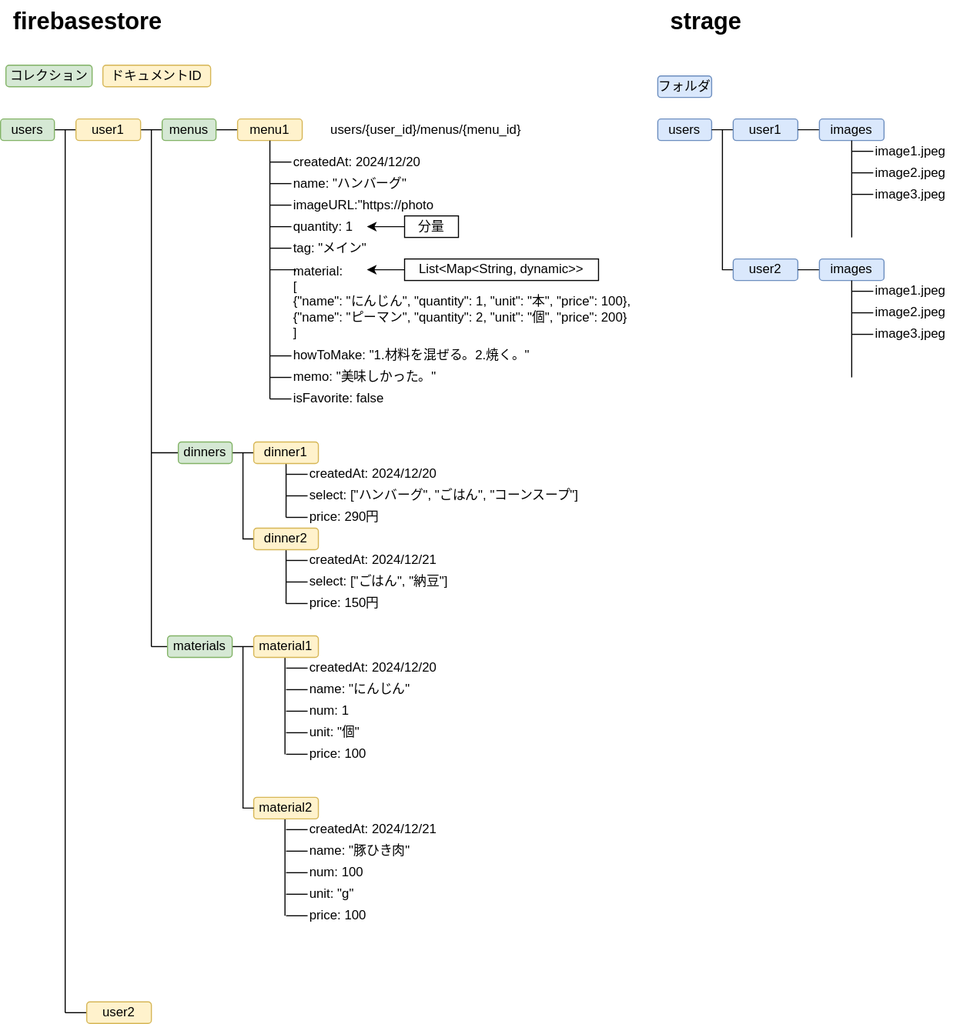
maki1125/menu keeps this draw.io diagram as DB.drawio.svg. Above is the earlier version. Source tidied: cells renumbered, new cells last; positions are measured from the earlier drawing's top-left corner, leaving out a move shared by most shapes.
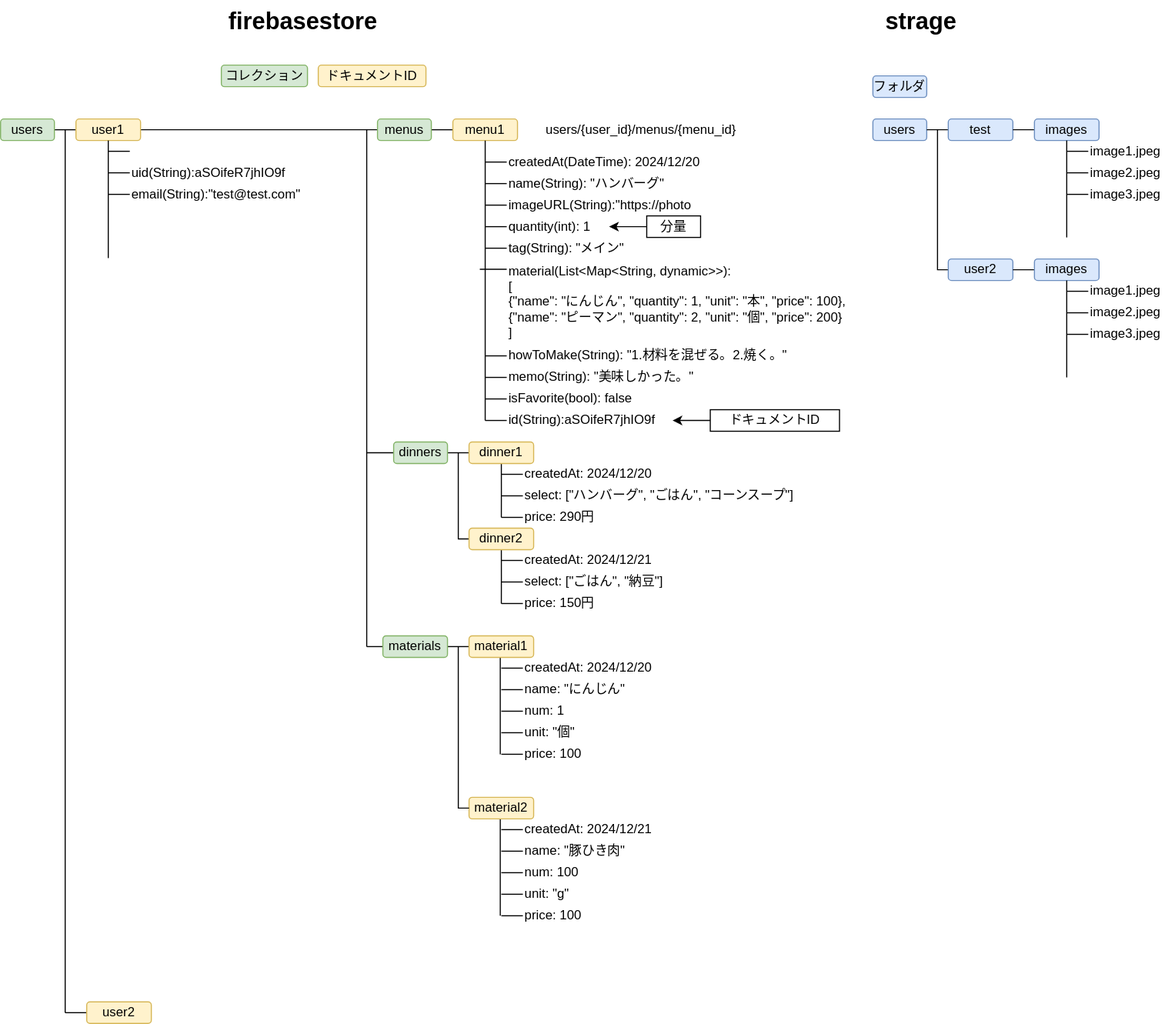
The same diagram one commit later.

Commit message:
DB.drawio.svg を更新します

Change to the diagram source:
```diff
@@ -8,26 +8,26 @@
     <mxCell id="3" style="rounded=0;jettySize=auto;html=1;exitX=1;exitY=0.5;exitDx=0;exitDy=0;entryX=0;entryY=0.5;entryDx=0;entryDy=0;startArrow=none;startFill=0;endArrow=none;endFill=0;" parent="1" edge="1" source="4" target="6">
       <mxGeometry relative="1" as="geometry">
         <Array as="points">
-          <mxPoint x="70" y="120" />
+          <mxPoint x="-130" y="120" />
         </Array>
       </mxGeometry>
     </mxCell>
     <mxCell id="4" value="users" style="rounded=1;whiteSpace=wrap;html=1;fillColor=#d5e8d4;strokeColor=#82b366;" parent="1" vertex="1">
-      <mxGeometry y="110" width="50" height="20" as="geometry" />
+      <mxGeometry x="-200" y="110" width="50" height="20" as="geometry" />
     </mxCell>
     <mxCell id="5" style="edgeStyle=orthogonalEdgeStyle;rounded=0;jettySize=auto;html=1;exitX=1;exitY=0.5;exitDx=0;exitDy=0;entryX=0;entryY=0.5;entryDx=0;entryDy=0;endArrow=none;endFill=0;" parent="1" edge="1" source="6" target="10">
       <mxGeometry relative="1" as="geometry" />
     </mxCell>
     <mxCell id="6" value="user1" style="rounded=1;whiteSpace=wrap;html=1;fillColor=#fff2cc;strokeColor=#d6b656;" parent="1" vertex="1">
-      <mxGeometry x="70" y="110" width="60" height="20" as="geometry" />
+      <mxGeometry x="-130" y="110" width="60" height="20" as="geometry" />
     </mxCell>
     <mxCell id="7" value="users/{user_id}/menus/{menu_id}" style="text;html=1;align=center;verticalAlign=middle;whiteSpace=wrap;rounded=0;" parent="1" vertex="1">
       <mxGeometry x="285" y="105" width="220" height="30" as="geometry" />
     </mxCell>
     <mxCell id="8" style="endArrow=none;html=1;rounded=0;" parent="1" edge="1">
       <mxGeometry relative="1" as="geometry">
-        <mxPoint x="60" y="940" as="sourcePoint" />
-        <mxPoint x="60" y="120" as="targetPoint" />
+        <mxPoint x="-140" y="940" as="sourcePoint" />
+        <mxPoint x="-140" y="120" as="targetPoint" />
       </mxGeometry>
     </mxCell>
     <mxCell id="9" style="edgeStyle=orthogonalEdgeStyle;rounded=0;jettySize=auto;html=1;exitX=1;exitY=0.5;exitDx=0;exitDy=0;entryX=0;entryY=0.5;entryDx=0;entryDy=0;endArrow=none;endFill=0;" parent="1" edge="1" source="10" target="11">
@@ -44,23 +44,23 @@
         <mxPoint x="250" y="150" as="targetPoint" />
       </mxGeometry>
     </mxCell>
-    <mxCell id="13" value="createdAt: 2024/12/20" style="text;html=1;align=left;verticalAlign=middle;whiteSpace=wrap;rounded=0;" parent="1" vertex="1">
-      <mxGeometry x="270" y="140" width="140" height="20" as="geometry" />
+    <mxCell id="13" value="createdAt(DateTime): 2024/12/20" style="text;html=1;align=left;verticalAlign=middle;whiteSpace=wrap;rounded=0;" parent="1" vertex="1">
+      <mxGeometry x="270" y="140" width="210" height="20" as="geometry" />
     </mxCell>
     <mxCell id="14" style="edgeStyle=orthogonalEdgeStyle;rounded=0;jettySize=auto;html=1;exitX=0;exitY=0.5;exitDx=0;exitDy=0;endArrow=none;endFill=0;" parent="1" edge="1" source="15">
       <mxGeometry relative="1" as="geometry">
         <mxPoint x="250" y="190" as="targetPoint" />
       </mxGeometry>
     </mxCell>
-    <mxCell id="15" value="imageURL:&quot;https://photo" style="text;html=1;align=left;verticalAlign=middle;whiteSpace=wrap;rounded=0;" parent="1" vertex="1">
-      <mxGeometry x="270" y="180" width="140" height="20" as="geometry" />
+    <mxCell id="15" value="imageURL(String):&quot;https://photo" style="text;html=1;align=left;verticalAlign=middle;whiteSpace=wrap;rounded=0;" parent="1" vertex="1">
+      <mxGeometry x="270" y="180" width="220" height="20" as="geometry" />
     </mxCell>
     <mxCell id="16" style="edgeStyle=orthogonalEdgeStyle;rounded=0;jettySize=auto;html=1;exitX=0;exitY=0.5;exitDx=0;exitDy=0;endArrow=none;endFill=0;" parent="1" edge="1" source="17">
       <mxGeometry relative="1" as="geometry">
         <mxPoint x="250" y="370" as="targetPoint" />
       </mxGeometry>
     </mxCell>
-    <mxCell id="17" value="isFavorite: false" style="text;html=1;align=left;verticalAlign=middle;whiteSpace=wrap;rounded=0;" parent="1" vertex="1">
+    <mxCell id="17" value="isFavorite(bool): false" style="text;html=1;align=left;verticalAlign=middle;whiteSpace=wrap;rounded=0;" parent="1" vertex="1">
       <mxGeometry x="270" y="360" width="140" height="20" as="geometry" />
     </mxCell>
     <mxCell id="18" value="コレクション" style="rounded=1;whiteSpace=wrap;html=1;fillColor=#d5e8d4;strokeColor=#82b366;" parent="1" vertex="1">
@@ -74,15 +74,15 @@
         <mxPoint x="250" y="170" as="targetPoint" />
       </mxGeometry>
     </mxCell>
-    <mxCell id="21" value="name: &quot;ハンバーグ&quot;" style="text;html=1;align=left;verticalAlign=middle;whiteSpace=wrap;rounded=0;" parent="1" vertex="1">
-      <mxGeometry x="270" y="160" width="140" height="20" as="geometry" />
+    <mxCell id="21" value="name(String): &quot;ハンバーグ&quot;" style="text;html=1;align=left;verticalAlign=middle;whiteSpace=wrap;rounded=0;" parent="1" vertex="1">
+      <mxGeometry x="270" y="160" width="190" height="20" as="geometry" />
     </mxCell>
     <mxCell id="22" style="edgeStyle=orthogonalEdgeStyle;rounded=0;jettySize=auto;html=1;exitX=0;exitY=0.5;exitDx=0;exitDy=0;endArrow=none;endFill=0;" parent="1" edge="1" source="23">
       <mxGeometry relative="1" as="geometry">
         <mxPoint x="250" y="210" as="targetPoint" />
       </mxGeometry>
     </mxCell>
-    <mxCell id="23" value="quantity: 1" style="text;html=1;align=left;verticalAlign=middle;whiteSpace=wrap;rounded=0;" parent="1" vertex="1">
+    <mxCell id="23" value="quantity(int): 1" style="text;html=1;align=left;verticalAlign=middle;whiteSpace=wrap;rounded=0;" parent="1" vertex="1">
       <mxGeometry x="270" y="200" width="140" height="20" as="geometry" />
     </mxCell>
     <mxCell id="24" style="edgeStyle=orthogonalEdgeStyle;rounded=0;jettySize=auto;html=1;exitX=0;exitY=0.5;exitDx=0;exitDy=0;endArrow=none;endFill=0;" parent="1" edge="1" source="25">
@@ -90,39 +90,31 @@
         <mxPoint x="250" y="230" as="targetPoint" />
       </mxGeometry>
     </mxCell>
-    <mxCell id="25" value="tag: &quot;メイン&quot;" style="text;html=1;align=left;verticalAlign=middle;whiteSpace=wrap;rounded=0;" parent="1" vertex="1">
-      <mxGeometry x="270" y="220" width="140" height="20" as="geometry" />
+    <mxCell id="25" value="tag(String): &quot;メイン&quot;" style="text;html=1;align=left;verticalAlign=middle;whiteSpace=wrap;rounded=0;" parent="1" vertex="1">
+      <mxGeometry x="270" y="220" width="160" height="20" as="geometry" />
     </mxCell>
     <mxCell id="26" style="edgeStyle=orthogonalEdgeStyle;rounded=0;jettySize=auto;html=1;exitX=0;exitY=0.5;exitDx=0;exitDy=0;endArrow=none;endFill=0;" parent="1" edge="1" source="27">
       <mxGeometry relative="1" as="geometry">
         <mxPoint x="250" y="330" as="targetPoint" />
       </mxGeometry>
     </mxCell>
-    <mxCell id="27" value="howToMake: &quot;1.材料を混ぜる。2.焼く。&quot;" style="text;html=1;align=left;verticalAlign=middle;whiteSpace=wrap;rounded=0;" parent="1" vertex="1">
-      <mxGeometry x="270" y="320" width="240" height="20" as="geometry" />
+    <mxCell id="27" value="howToMake(String): &quot;1.材料を混ぜる。2.焼く。&quot;" style="text;html=1;align=left;verticalAlign=middle;whiteSpace=wrap;rounded=0;" parent="1" vertex="1">
+      <mxGeometry x="270" y="320" width="290" height="20" as="geometry" />
     </mxCell>
     <mxCell id="28" style="edgeStyle=orthogonalEdgeStyle;rounded=0;jettySize=auto;html=1;exitX=0;exitY=0.5;exitDx=0;exitDy=0;endArrow=none;endFill=0;" parent="1" edge="1" source="29">
       <mxGeometry relative="1" as="geometry">
         <mxPoint x="250" y="350" as="targetPoint" />
       </mxGeometry>
     </mxCell>
-    <mxCell id="29" value="memo: &quot;美味しかった。&quot;" style="text;html=1;align=left;verticalAlign=middle;whiteSpace=wrap;rounded=0;" parent="1" vertex="1">
-      <mxGeometry x="270" y="340" width="140" height="20" as="geometry" />
+    <mxCell id="29" value="memo(String): &quot;美味しかった。&quot;" style="text;html=1;align=left;verticalAlign=middle;whiteSpace=wrap;rounded=0;" parent="1" vertex="1">
+      <mxGeometry x="270" y="340" width="240" height="20" as="geometry" />
     </mxCell>
     <mxCell id="30" style="endArrow=none;html=1;rounded=0;entryX=0.5;entryY=1;entryDx=0;entryDy=0;" parent="1" edge="1" target="11">
       <mxGeometry relative="1" as="geometry">
-        <mxPoint x="250" y="370" as="sourcePoint" />
+        <mxPoint x="250" y="390" as="sourcePoint" />
       </mxGeometry>
     </mxCell>
-    <mxCell id="31" style="edgeStyle=orthogonalEdgeStyle;rounded=0;jettySize=auto;html=1;exitX=0.011;exitY=0.144;exitDx=0;exitDy=0;endArrow=none;endFill=0;exitPerimeter=0;" parent="1" edge="1" source="32">
-      <mxGeometry relative="1" as="geometry">
-        <mxPoint x="250" y="250" as="targetPoint" />
-        <Array as="points">
-          <mxPoint x="274" y="250" />
-        </Array>
-      </mxGeometry>
-    </mxCell>
-    <mxCell id="32" value="material:&amp;nbsp;&lt;div&gt;[&lt;br&gt;  {&quot;name&quot;: &quot;にんじん&quot;, &quot;quantity&quot;: 1, &quot;unit&quot;: &quot;本&quot;, &quot;price&quot;: 100},&lt;br&gt;  {&quot;name&quot;: &quot;ピーマン&quot;, &quot;quantity&quot;: 2, &quot;unit&quot;: &quot;個&quot;, &quot;price&quot;: 200}&lt;br&gt;]&lt;/div&gt;" style="text;html=1;align=left;verticalAlign=middle;whiteSpace=wrap;rounded=0;" parent="1" vertex="1">
+    <mxCell id="32" value="material(&lt;span style=&quot;text-align: center;&quot;&gt;List&amp;lt;Map&amp;lt;String, dynamic&amp;gt;&amp;gt;)&lt;/span&gt;:&amp;nbsp;&lt;div&gt;[&lt;br&gt;  {&quot;name&quot;: &quot;にんじん&quot;, &quot;quantity&quot;: 1, &quot;unit&quot;: &quot;本&quot;, &quot;price&quot;: 100},&lt;br&gt;  {&quot;name&quot;: &quot;ピーマン&quot;, &quot;quantity&quot;: 2, &quot;unit&quot;: &quot;個&quot;, &quot;price&quot;: 200}&lt;br&gt;]&lt;/div&gt;" style="text;html=1;align=left;verticalAlign=middle;whiteSpace=wrap;rounded=0;" parent="1" vertex="1">
       <mxGeometry x="270" y="240" width="330" height="80" as="geometry" />
     </mxCell>
     <mxCell id="33" style="edgeStyle=orthogonalEdgeStyle;rounded=0;jettySize=auto;html=1;exitX=1;exitY=0.5;exitDx=0;exitDy=0;entryX=0;entryY=0.5;entryDx=0;entryDy=0;endArrow=none;endFill=0;" parent="1" edge="1" source="35" target="37">
@@ -275,18 +267,12 @@
     <mxCell id="69" value="num: 100" style="text;html=1;align=left;verticalAlign=middle;whiteSpace=wrap;rounded=0;" parent="1" vertex="1">
       <mxGeometry x="285" y="800" width="70" height="20" as="geometry" />
     </mxCell>
-    <mxCell id="70" value="List&amp;lt;Map&amp;lt;String, dynamic&amp;gt;&amp;gt;" style="rounded=0;whiteSpace=wrap;html=1;" parent="1" vertex="1">
-      <mxGeometry x="375" y="240" width="180" height="20" as="geometry" />
-    </mxCell>
-    <mxCell id="71" style="endArrow=classic;html=1;rounded=0;exitX=0;exitY=0.5;exitDx=0;exitDy=0;entryX=0.212;entryY=0.125;entryDx=0;entryDy=0;entryPerimeter=0;" parent="1" edge="1" source="70" target="32">
-      <mxGeometry relative="1" as="geometry" />
-    </mxCell>
     <mxCell id="72" value="分量" style="rounded=0;whiteSpace=wrap;html=1;" parent="1" vertex="1">
-      <mxGeometry x="375" y="200" width="50" height="20" as="geometry" />
+      <mxGeometry x="400" y="200" width="50" height="20" as="geometry" />
     </mxCell>
     <mxCell id="73" style="endArrow=classic;html=1;rounded=0;exitX=0;exitY=0.5;exitDx=0;exitDy=0;" parent="1" edge="1" source="72">
       <mxGeometry relative="1" as="geometry">
-        <mxPoint x="340" y="210" as="targetPoint" />
+        <mxPoint x="365" y="210" as="targetPoint" />
       </mxGeometry>
     </mxCell>
     <mxCell id="74" style="edgeStyle=orthogonalEdgeStyle;rounded=0;jettySize=auto;html=1;exitX=0;exitY=0.5;exitDx=0;exitDy=0;endArrow=none;endFill=0;" parent="1" edge="1" source="75">
@@ -345,11 +331,11 @@
     </mxCell>
     <mxCell id="86" style="edgeStyle=orthogonalEdgeStyle;rounded=0;jettySize=auto;html=1;exitX=0;exitY=0.5;exitDx=0;exitDy=0;endArrow=none;endFill=0;" parent="1" edge="1" source="87">
       <mxGeometry relative="1" as="geometry">
-        <mxPoint x="60" y="940" as="targetPoint" />
+        <mxPoint x="-140" y="940" as="targetPoint" />
       </mxGeometry>
     </mxCell>
     <mxCell id="87" value="user2" style="rounded=1;whiteSpace=wrap;html=1;fillColor=#fff2cc;strokeColor=#d6b656;" parent="1" vertex="1">
-      <mxGeometry x="80" y="930" width="60" height="20" as="geometry" />
+      <mxGeometry x="-120" y="930" width="60" height="20" as="geometry" />
     </mxCell>
     <mxCell id="88" value="firebasestore" style="text;html=1;align=left;verticalAlign=middle;whiteSpace=wrap;rounded=0;fontStyle=1;fontSize=22;" parent="1" vertex="1">
       <mxGeometry x="10" width="180" height="40" as="geometry" />
@@ -363,7 +349,7 @@
     <mxCell id="91" style="edgeStyle=orthogonalEdgeStyle;rounded=0;jettySize=auto;html=1;exitX=0;exitY=0.5;exitDx=0;exitDy=0;endArrow=none;endFill=0;" parent="1" edge="1" source="92" target="90">
       <mxGeometry relative="1" as="geometry" />
     </mxCell>
-    <mxCell id="92" value="user1" style="rounded=1;whiteSpace=wrap;html=1;fillColor=#dae8fc;strokeColor=#6c8ebf;" parent="1" vertex="1">
+    <mxCell id="92" value="test" style="rounded=1;whiteSpace=wrap;html=1;fillColor=#dae8fc;strokeColor=#6c8ebf;" parent="1" vertex="1">
       <mxGeometry x="680" y="110" width="60" height="20" as="geometry" />
     </mxCell>
     <mxCell id="93" style="edgeStyle=orthogonalEdgeStyle;rounded=0;jettySize=auto;html=1;exitX=0;exitY=0.5;exitDx=0;exitDy=0;endArrow=none;endFill=0;" parent="1" edge="1" source="94" target="92">
@@ -450,5 +436,60 @@
     <mxCell id="113" value="image3.jpeg" style="text;html=1;align=left;verticalAlign=middle;whiteSpace=wrap;rounded=0;" parent="1" vertex="1">
       <mxGeometry x="810" y="300" width="80" height="20" as="geometry" />
     </mxCell>
+    <mxCell id="114" style="edgeStyle=orthogonalEdgeStyle;rounded=0;jettySize=auto;html=1;exitX=0;exitY=0.5;exitDx=0;exitDy=0;endArrow=none;endFill=0;" parent="1" edge="1" source="115">
+      <mxGeometry relative="1" as="geometry">
+        <mxPoint x="250" y="390" as="targetPoint" />
+      </mxGeometry>
+    </mxCell>
+    <mxCell id="115" value="id(String):aSOifeR7jhIO9f&amp;nbsp;" style="text;html=1;align=left;verticalAlign=middle;whiteSpace=wrap;rounded=0;" parent="1" vertex="1">
+      <mxGeometry x="270" y="380" width="140" height="20" as="geometry" />
+    </mxCell>
+    <mxCell id="116" value="ドキュメントID" style="rounded=0;whiteSpace=wrap;html=1;" parent="1" vertex="1">
+      <mxGeometry x="459" y="380" width="120" height="20" as="geometry" />
+    </mxCell>
+    <mxCell id="117" style="endArrow=classic;html=1;rounded=0;exitX=0;exitY=0.5;exitDx=0;exitDy=0;entryX=0.212;entryY=0.125;entryDx=0;entryDy=0;entryPerimeter=0;" parent="1" edge="1" source="116">
+      <mxGeometry relative="1" as="geometry">
+        <mxPoint x="424" y="390" as="targetPoint" />
+      </mxGeometry>
+    </mxCell>
+    <mxCell id="118" style="endArrow=none;html=1;rounded=0;" parent="1" edge="1" source="32">
+      <mxGeometry relative="1" as="geometry">
+        <mxPoint x="410" y="240" as="targetPoint" />
+      </mxGeometry>
+    </mxCell>
+    <mxCell id="119" style="endArrow=none;html=1;rounded=0;" parent="1" edge="1">
+      <mxGeometry relative="1" as="geometry">
+        <mxPoint x="245" y="249.6" as="sourcePoint" />
+        <mxPoint x="270" y="249.6" as="targetPoint" />
+      </mxGeometry>
+    </mxCell>
+    <mxCell id="120" style="endArrow=none;html=1;rounded=0;" parent="1" edge="1">
+      <mxGeometry relative="1" as="geometry">
+        <mxPoint x="-100" y="239.2" as="sourcePoint" />
+        <mxPoint x="-100" y="130" as="targetPoint" />
+      </mxGeometry>
+    </mxCell>
+    <mxCell id="121" style="edgeStyle=orthogonalEdgeStyle;rounded=0;orthogonalLoop=1;jettySize=auto;html=1;exitX=0;exitY=0.5;exitDx=0;exitDy=0;endArrow=none;endFill=0;" parent="1" edge="1">
+      <mxGeometry relative="1" as="geometry">
+        <mxPoint x="-80" y="140" as="sourcePoint" />
+        <mxPoint x="-100" y="140.4" as="targetPoint" />
+      </mxGeometry>
+    </mxCell>
+    <mxCell id="122" style="edgeStyle=orthogonalEdgeStyle;rounded=0;jettySize=auto;html=1;exitX=0;exitY=0.5;exitDx=0;exitDy=0;endArrow=none;endFill=0;" parent="1" edge="1" source="123">
+      <mxGeometry relative="1" as="geometry">
+        <mxPoint x="-100" y="160.4" as="targetPoint" />
+      </mxGeometry>
+    </mxCell>
+    <mxCell id="123" value="uid(String):aSOifeR7jhIO9f&amp;nbsp;" style="text;html=1;align=left;verticalAlign=middle;whiteSpace=wrap;rounded=0;" parent="1" vertex="1">
+      <mxGeometry x="-80" y="150" width="140" height="20" as="geometry" />
+    </mxCell>
+    <mxCell id="124" style="edgeStyle=orthogonalEdgeStyle;rounded=0;jettySize=auto;html=1;exitX=0;exitY=0.5;exitDx=0;exitDy=0;endArrow=none;endFill=0;" parent="1" edge="1" source="125">
+      <mxGeometry relative="1" as="geometry">
+        <mxPoint x="-100" y="180.4" as="targetPoint" />
+      </mxGeometry>
+    </mxCell>
+    <mxCell id="125" value="email(String):&quot;test@test.com&quot;" style="text;html=1;align=left;verticalAlign=middle;whiteSpace=wrap;rounded=0;" parent="1" vertex="1">
+      <mxGeometry x="-80" y="170" width="140" height="20" as="geometry" />
+    </mxCell>
   </root>
 </mxGraphModel>
```
